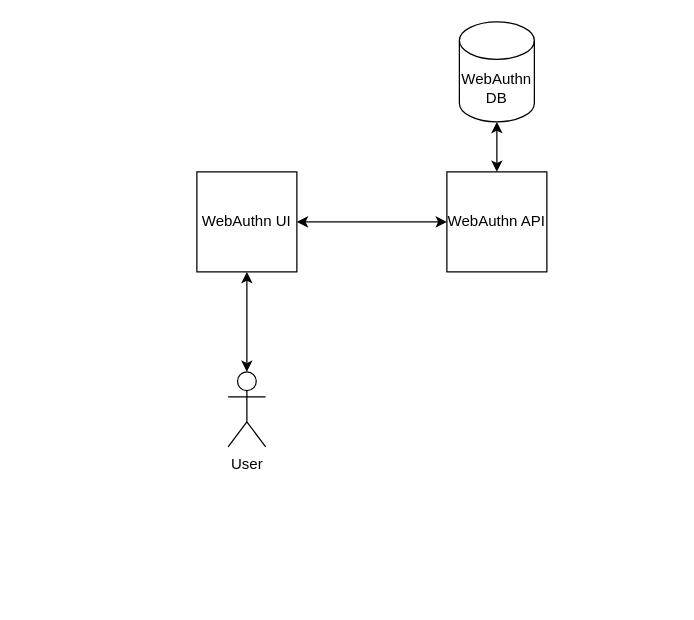
Above: doc/app-diagram.drawio in cmg2146/webauthn-test-web (draw.io), before the change. Source tidied: cells renumbered, new cells numbered last; positions are measured from the earlier drawing's top-left corner, leaving out a move shared by most shapes. Both pictures are drawn from the tidied source at 125%, with x=0, y=0 at pixel (196, 21).
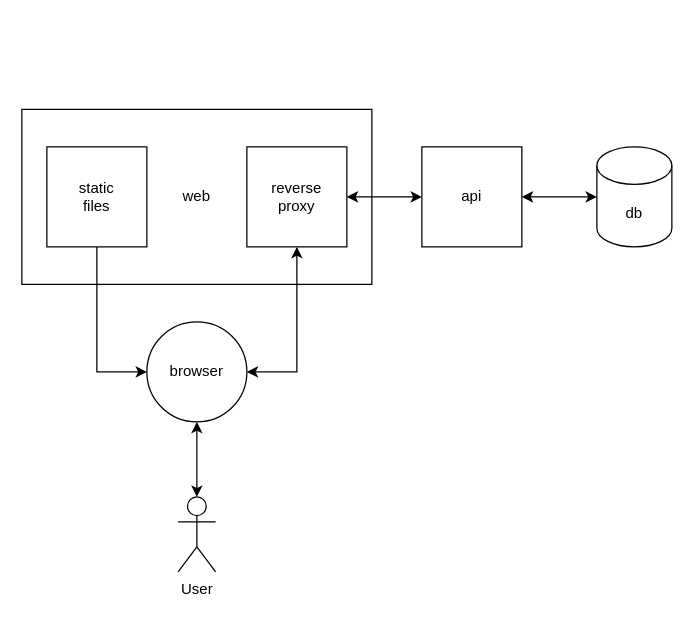
After the change.

Commit message:
Update app diagram

The edit, as a diff of the source:
```diff
@@
 <mxGraphModel>
   <root>
     <mxCell id="0" />
     <mxCell id="1" parent="0" />
-    <mxCell id="2" value="WebAuthn DB" style="shape=cylinder3;whiteSpace=wrap;html=1;boundedLbl=1;backgroundOutline=1;size=15;" parent="1" vertex="1">
-      <mxGeometry x="210" width="60" height="80" as="geometry" />
+    <mxCell id="2" value="db" style="shape=cylinder3;whiteSpace=wrap;html=1;boundedLbl=1;backgroundOutline=1;size=15;" parent="1" vertex="1">
+      <mxGeometry x="320" y="100" width="60" height="80" as="geometry" />
     </mxCell>
-    <mxCell id="3" value="WebAuthn API" style="whiteSpace=wrap;html=1;" parent="1" vertex="1">
-      <mxGeometry x="200" y="120" width="80" height="80" as="geometry" />
+    <mxCell id="3" value="api" style="whiteSpace=wrap;html=1;" parent="1" vertex="1">
+      <mxGeometry x="180" y="100" width="80" height="80" as="geometry" />
     </mxCell>
+    <mxCell id="5" value="User" style="shape=umlActor;verticalLabelPosition=bottom;verticalAlign=top;html=1;outlineConnect=0;" parent="1" vertex="1">
+      <mxGeometry x="-15" y="380" width="30" height="60" as="geometry" />
+    </mxCell>
+    <mxCell id="8" style="endArrow=classic;startArrow=classic;html=1;rounded=0;entryX=0;entryY=0.5;entryDx=0;entryDy=0;entryPerimeter=0;exitX=1;exitY=0.5;exitDx=0;exitDy=0;" parent="1" edge="1" source="3" target="2">
+      <mxGeometry relative="1" as="geometry" />
+    </mxCell>
+    <mxCell id="9" value="web" style="rounded=0;whiteSpace=wrap;html=1;" parent="1" vertex="1">
+      <mxGeometry x="-140" y="70" width="280" height="140" as="geometry" />
+    </mxCell>
-    <mxCell id="4" value="WebAuthn UI" style="whiteSpace=wrap;html=1;" parent="1" vertex="1">
-      <mxGeometry y="120" width="80" height="80" as="geometry" />
+    <mxCell id="4" value="static&lt;br&gt;files" style="whiteSpace=wrap;html=1;" parent="1" vertex="1">
+      <mxGeometry x="-120" y="100" width="80" height="80" as="geometry" />
     </mxCell>
-    <mxCell id="5" value="User" style="shape=umlActor;verticalLabelPosition=bottom;verticalAlign=top;html=1;outlineConnect=0;" parent="1" vertex="1">
-      <mxGeometry x="25" y="280" width="30" height="60" as="geometry" />
-    </mxCell>
-    <mxCell id="6" style="endArrow=classic;startArrow=classic;html=1;rounded=0;entryX=0.5;entryY=1;entryDx=0;entryDy=0;exitX=0.5;exitY=0;exitDx=0;exitDy=0;exitPerimeter=0;" parent="1" edge="1" source="5" target="4">
-      <mxGeometry relative="1" as="geometry" />
-    </mxCell>
-    <mxCell id="7" style="endArrow=classic;startArrow=classic;html=1;rounded=0;exitX=1;exitY=0.5;exitDx=0;exitDy=0;entryX=0;entryY=0.5;entryDx=0;entryDy=0;" parent="1" edge="1" source="4" target="3">
-      <mxGeometry relative="1" as="geometry" />
-    </mxCell>
-    <mxCell id="8" style="endArrow=classic;startArrow=classic;html=1;rounded=0;entryX=0.5;entryY=1;entryDx=0;entryDy=0;entryPerimeter=0;exitX=0.5;exitY=0;exitDx=0;exitDy=0;" parent="1" edge="1" source="3" target="2">
-      <mxGeometry relative="1" as="geometry" />
-    </mxCell>
+    <mxCell id="10" value="reverse&lt;br&gt;proxy" style="whiteSpace=wrap;html=1;" parent="1" vertex="1">
+      <mxGeometry x="40" y="100" width="80" height="80" as="geometry" />
+    </mxCell>
+    <mxCell id="11" style="endArrow=classic;startArrow=classic;html=1;rounded=0;exitX=1;exitY=0.5;exitDx=0;exitDy=0;entryX=0;entryY=0.5;entryDx=0;entryDy=0;" parent="1" edge="1" source="10" target="3">
+      <mxGeometry relative="1" as="geometry" />
+    </mxCell>
+    <mxCell id="12" value="browser" style="ellipse;whiteSpace=wrap;html=1;" parent="1" vertex="1">
+      <mxGeometry x="-40" y="240" width="80" height="80" as="geometry" />
+    </mxCell>
+    <mxCell id="13" style="endArrow=classic;startArrow=classic;html=1;rounded=0;entryX=0.5;entryY=1;entryDx=0;entryDy=0;" parent="1" edge="1" source="5" target="12">
+      <mxGeometry relative="1" as="geometry" />
+    </mxCell>
+    <mxCell id="14" style="endArrow=classic;startArrow=classic;html=1;rounded=0;exitX=1;exitY=0.5;exitDx=0;exitDy=0;entryX=0.5;entryY=1;entryDx=0;entryDy=0;" parent="1" edge="1" source="12" target="10">
+      <mxGeometry relative="1" as="geometry">
+        <Array as="points">
+          <mxPoint x="80" y="280" />
+        </Array>
+      </mxGeometry>
+    </mxCell>
+    <mxCell id="15" style="endArrow=classic;html=1;rounded=0;entryX=0;entryY=0.5;entryDx=0;entryDy=0;exitX=0.5;exitY=1;exitDx=0;exitDy=0;" parent="1" edge="1" source="4" target="12">
+      <mxGeometry relative="1" as="geometry">
+        <Array as="points">
+          <mxPoint x="-80" y="280" />
+        </Array>
+      </mxGeometry>
+    </mxCell>
   </root>
 </mxGraphModel>
```
